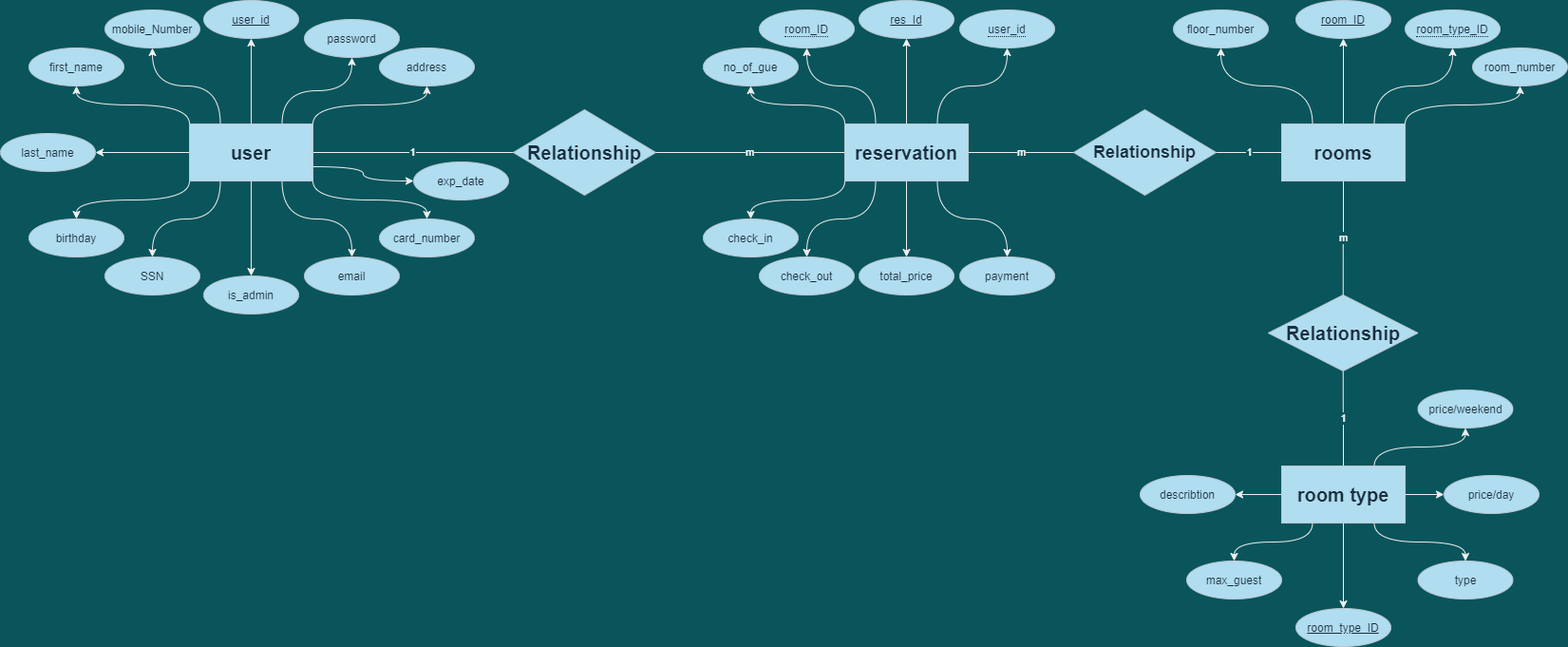
Earlier version of the draw.io export ERD_Hotel.png (OmarMagdy2k/hotel). Source tidied: cells renumbered, new cells last; positions are measured from the earlier drawing's top-left corner, leaving out a move shared by most shapes.
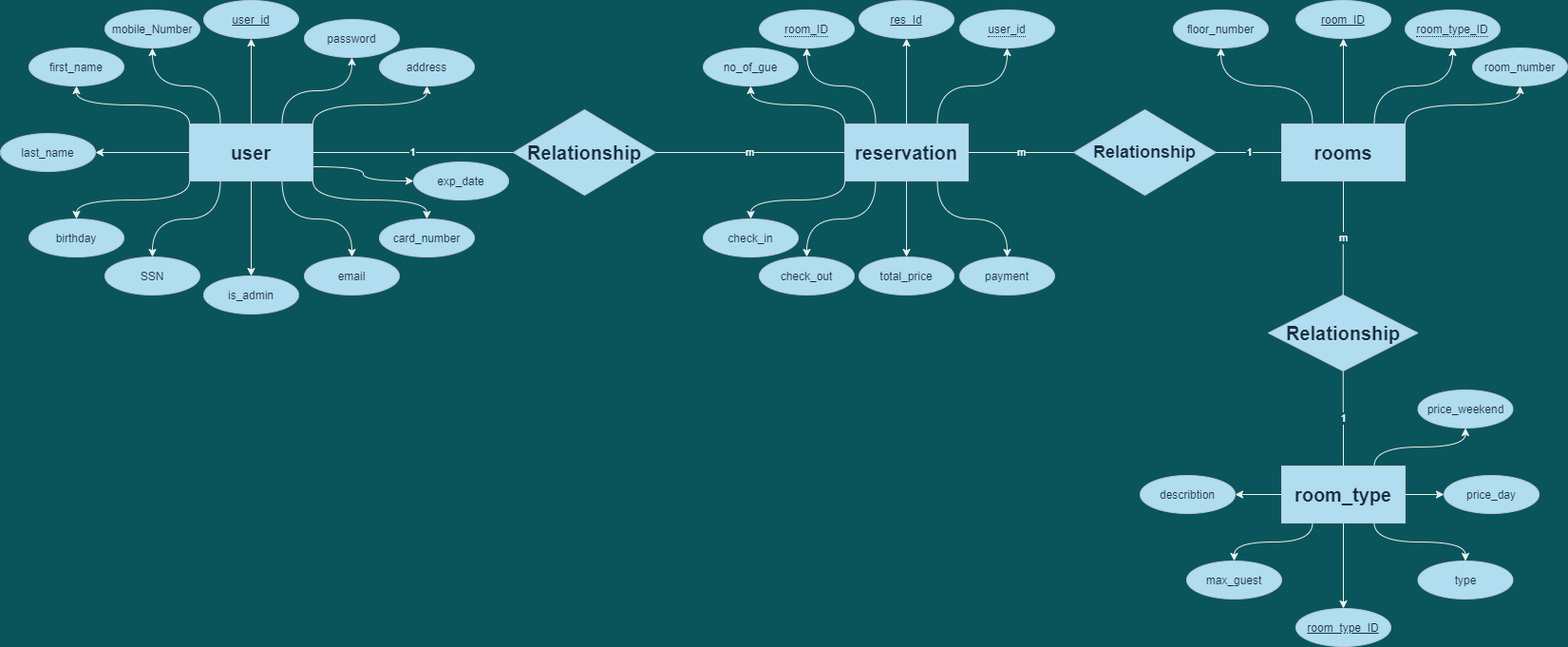
After the commit.

What changed in the source:
```diff
@@ -89,7 +89,7 @@
     <mxCell id="30" style="edgeStyle=orthogonalEdgeStyle;jettySize=auto;html=1;exitX=0.75;exitY=0;exitDx=0;exitDy=0;strokeColor=#EEEEEE;fontColor=#FFFFFF;labelBackgroundColor=#09555B;curved=1;" parent="1" edge="1" source="31" target="73">
       <mxGeometry relative="1" as="geometry" />
     </mxCell>
-    <mxCell id="31" value="room type" style="whiteSpace=wrap;html=1;align=center;strokeColor=#BAC8D3;fillColor=#B1DDF0;fontColor=#182E3E;fontSize=20;fontStyle=1;" parent="1" vertex="1">
+    <mxCell id="31" value="room_type" style="whiteSpace=wrap;html=1;align=center;strokeColor=#BAC8D3;fillColor=#B1DDF0;fontColor=#182E3E;fontSize=20;fontStyle=1;" parent="1" vertex="1">
       <mxGeometry x="1349" y="490" width="130" height="60" as="geometry" />
     </mxCell>
     <mxCell id="32" style="edgeStyle=orthogonalEdgeStyle;jettySize=auto;html=1;exitX=0.75;exitY=0;exitDx=0;exitDy=0;entryX=0.5;entryY=1;entryDx=0;entryDy=0;strokeColor=#EEEEEE;fontColor=#FFFFFF;labelBackgroundColor=#09555B;curved=1;" parent="1" edge="1" source="44" target="62">
@@ -179,7 +179,7 @@
     <mxCell id="60" value="describtion" style="ellipse;whiteSpace=wrap;html=1;align=center;strokeColor=#BAC8D3;fillColor=#B1DDF0;fontColor=#182E3E;" parent="1" vertex="1">
       <mxGeometry x="1200" y="500" width="100" height="40" as="geometry" />
     </mxCell>
-    <mxCell id="61" value="price/day" style="ellipse;whiteSpace=wrap;html=1;align=center;strokeColor=#BAC8D3;fillColor=#B1DDF0;fontColor=#182E3E;" parent="1" vertex="1">
+    <mxCell id="61" value="price_day" style="ellipse;whiteSpace=wrap;html=1;align=center;strokeColor=#BAC8D3;fillColor=#B1DDF0;fontColor=#182E3E;" parent="1" vertex="1">
       <mxGeometry x="1520" y="500" width="100" height="40" as="geometry" />
     </mxCell>
     <mxCell id="62" value="password" style="ellipse;whiteSpace=wrap;html=1;align=center;strokeColor=#BAC8D3;fillColor=#B1DDF0;fontColor=#182E3E;" parent="1" vertex="1">
@@ -215,7 +215,7 @@
     <mxCell id="72" value="is_admin" style="ellipse;whiteSpace=wrap;html=1;align=center;strokeColor=#BAC8D3;fillColor=#B1DDF0;fontColor=#182E3E;" parent="1" vertex="1">
       <mxGeometry x="214" y="290" width="100" height="40" as="geometry" />
     </mxCell>
-    <mxCell id="73" value="price/weekend" style="ellipse;whiteSpace=wrap;html=1;align=center;strokeColor=#BAC8D3;fillColor=#B1DDF0;fontColor=#182E3E;" parent="1" vertex="1">
+    <mxCell id="73" value="price_weekend" style="ellipse;whiteSpace=wrap;html=1;align=center;strokeColor=#BAC8D3;fillColor=#B1DDF0;fontColor=#182E3E;" parent="1" vertex="1">
       <mxGeometry x="1492.5" y="410" width="100" height="40" as="geometry" />
     </mxCell>
     <mxCell id="74" value="type" style="ellipse;whiteSpace=wrap;html=1;align=center;strokeColor=#BAC8D3;fillColor=#B1DDF0;fontColor=#182E3E;" parent="1" vertex="1">
```
